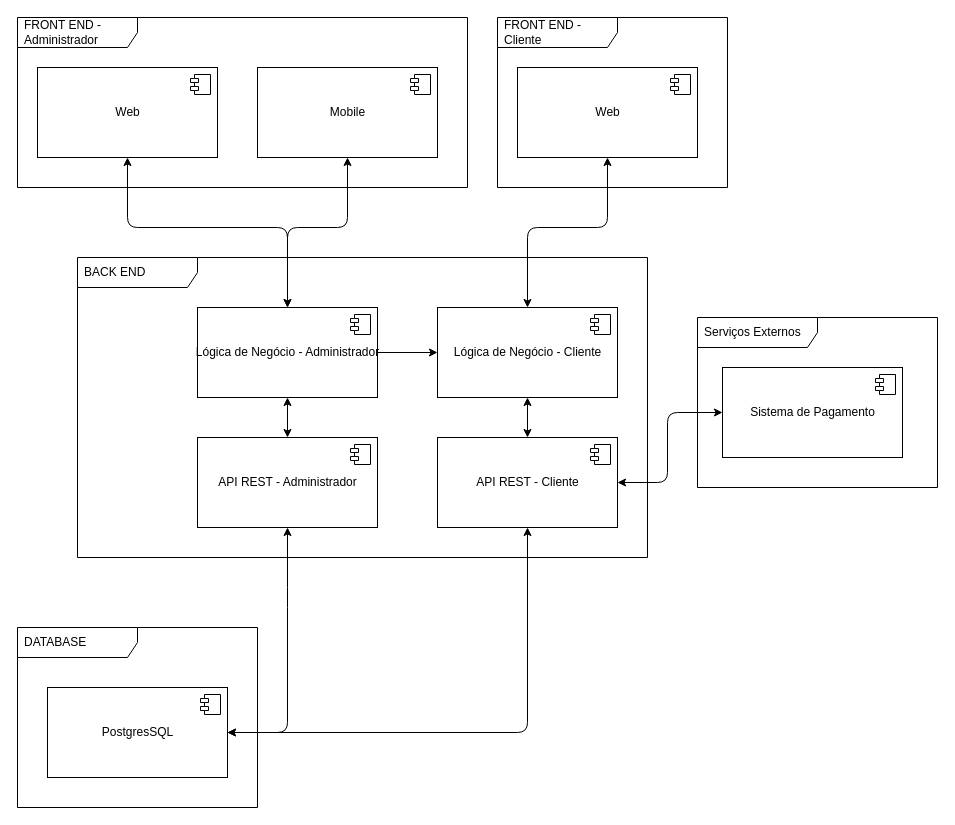
Marco-ACosta/trabalho_hotelaria keeps this draw.io diagram as diagramas/arquitetura/diagrama_arquitetura.drawio. Above is the earlier version. Source tidied: cells renumbered, new cells numbered last; positions are measured from the earlier drawing's top-left corner, leaving out a move shared by most shapes. Both pictures are drawn from the tidied source at 100%, with x=0, y=0 at pixel (17, 17).
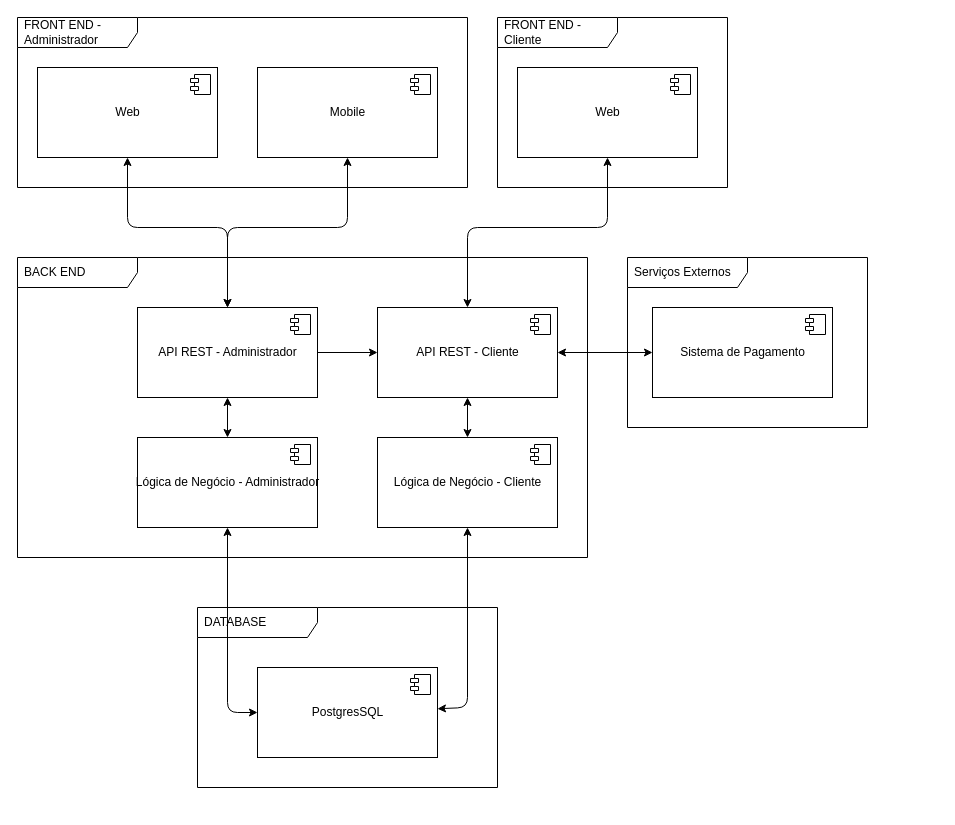
After the change.

Unchanged cells that the change refers to:
```xml
<mxCell id="8" value="Web" style="html=1;" parent="1" vertex="1">
  <mxGeometry x="20" y="50" width="180" height="90" as="geometry" />
</mxCell>
<mxCell id="11" value="Mobile" style="html=1;" parent="1" vertex="1">
  <mxGeometry x="240" y="50" width="180" height="90" as="geometry" />
</mxCell>
<mxCell id="14" value="Web" style="html=1;" parent="1" vertex="1">
  <mxGeometry x="500" y="50" width="180" height="90" as="geometry" />
</mxCell>
```

What changed in the source:
```diff
@@
     <mxCell id="2" value="DATABASE" style="shape=umlFrame;whiteSpace=wrap;html=1;width=120;height=30;boundedLbl=1;verticalAlign=middle;align=left;spacingLeft=5;" parent="1" vertex="1">
-      <mxGeometry y="610" width="240" height="180" as="geometry" />
+      <mxGeometry x="180" y="590" width="300" height="180" as="geometry" />
     </mxCell>
     <mxCell id="3" value="PostgresSQL" style="html=1;" parent="1" vertex="1">
-      <mxGeometry x="30" y="670" width="180" height="90" as="geometry" />
+      <mxGeometry x="240" y="650" width="180" height="90" as="geometry" />
     </mxCell>
@@
     <mxCell id="7" style="edgeStyle=none;html=1;entryX=0.5;entryY=0;entryDx=0;entryDy=0;startArrow=classic;startFill=1;" parent="1" edge="1" source="8" target="26">
       <mxGeometry relative="1" as="geometry">
         <Array as="points">
           <mxPoint x="110" y="210" />
-          <mxPoint x="270" y="210" />
+          <mxPoint x="210" y="210" />
         </Array>
       </mxGeometry>
     </mxCell>
@@
     <mxCell id="10" style="edgeStyle=none;html=1;entryX=0.5;entryY=0;entryDx=0;entryDy=0;startArrow=classic;startFill=1;" parent="1" edge="1" source="11" target="26">
       <mxGeometry relative="1" as="geometry">
         <Array as="points">
           <mxPoint x="330" y="210" />
-          <mxPoint x="270" y="210" />
+          <mxPoint x="210" y="210" />
         </Array>
       </mxGeometry>
     </mxCell>
@@
     <mxCell id="13" style="edgeStyle=none;html=1;entryX=0.5;entryY=0;entryDx=0;entryDy=0;startArrow=classic;startFill=1;" parent="1" edge="1" source="14" target="29">
       <mxGeometry relative="1" as="geometry">
         <Array as="points">
           <mxPoint x="590" y="210" />
-          <mxPoint x="510" y="210" />
+          <mxPoint x="450" y="210" />
         </Array>
       </mxGeometry>
     </mxCell>
@@
     <mxCell id="16" value="BACK END" style="shape=umlFrame;whiteSpace=wrap;html=1;width=120;height=30;boundedLbl=1;verticalAlign=middle;align=left;spacingLeft=5;" parent="1" vertex="1">
-      <mxGeometry x="60" y="240" width="570" height="300" as="geometry" />
+      <mxGeometry y="240" width="570" height="300" as="geometry" />
     </mxCell>
-    <mxCell id="17" style="edgeStyle=none;html=1;entryX=1;entryY=0.5;entryDx=0;entryDy=0;startArrow=classic;startFill=1;" parent="1" edge="1" source="18" target="3">
+    <mxCell id="17" style="edgeStyle=none;html=1;startArrow=classic;startFill=1;" parent="1" edge="1" source="18" target="3">
       <mxGeometry relative="1" as="geometry">
         <Array as="points">
-          <mxPoint x="270" y="580" />
-          <mxPoint x="270" y="715" />
+          <mxPoint x="210" y="695" />
         </Array>
       </mxGeometry>
     </mxCell>
-    <mxCell id="18" value="API REST - Administrador" style="html=1;" parent="1" vertex="1">
-      <mxGeometry x="180" y="420" width="180" height="90" as="geometry" />
+    <mxCell id="18" value="Lógica de Negócio - Administrador" style="html=1;" parent="1" vertex="1">
+      <mxGeometry x="120" y="420" width="180" height="90" as="geometry" />
     </mxCell>
@@
-    <mxCell id="20" style="edgeStyle=none;html=1;entryX=0;entryY=0.5;entryDx=0;entryDy=0;startArrow=classic;startFill=1;exitX=1;exitY=0.5;exitDx=0;exitDy=0;" parent="1" edge="1" source="22" target="32">
-      <mxGeometry relative="1" as="geometry">
-        <Array as="points">
-          <mxPoint x="650" y="465" />
-          <mxPoint x="650" y="395" />
-        </Array>
-      </mxGeometry>
-    </mxCell>
-    <mxCell id="21" style="edgeStyle=none;html=1;entryX=1;entryY=0.5;entryDx=0;entryDy=0;startArrow=classic;startFill=1;" parent="1" edge="1" source="22" target="3">
+    <mxCell id="21" style="edgeStyle=none;html=1;startArrow=classic;startFill=1;" parent="1" edge="1" source="22" target="3">
       <mxGeometry relative="1" as="geometry">
         <Array as="points">
-          <mxPoint x="510" y="715" />
+          <mxPoint x="450" y="690" />
         </Array>
       </mxGeometry>
     </mxCell>
-    <mxCell id="22" value="API REST - Cliente" style="html=1;" parent="1" vertex="1">
-      <mxGeometry x="420" y="420" width="180" height="90" as="geometry" />
+    <mxCell id="22" value="Lógica de Negócio - Cliente" style="html=1;" parent="1" vertex="1">
+      <mxGeometry x="360" y="420" width="180" height="90" as="geometry" />
     </mxCell>
@@
-    <mxCell id="26" value="Lógica de Negócio - Administrador" style="html=1;" parent="1" vertex="1">
-      <mxGeometry x="180" y="290" width="180" height="90" as="geometry" />
+    <mxCell id="26" value="API REST - Administrador" style="html=1;" parent="1" vertex="1">
+      <mxGeometry x="120" y="290" width="180" height="90" as="geometry" />
     </mxCell>
@@
+    <mxCell id="34" style="edgeStyle=none;html=1;startArrow=classic;startFill=1;" parent="1" edge="1" source="29" target="32">
+      <mxGeometry relative="1" as="geometry" />
+    </mxCell>
-    <mxCell id="29" value="Lógica de Negócio - Cliente" style="html=1;" parent="1" vertex="1">
-      <mxGeometry x="420" y="290" width="180" height="90" as="geometry" />
+    <mxCell id="29" value="API REST - Cliente" style="html=1;" parent="1" vertex="1">
+      <mxGeometry x="360" y="290" width="180" height="90" as="geometry" />
     </mxCell>
@@
     <mxCell id="31" value="Serviços Externos" style="shape=umlFrame;whiteSpace=wrap;html=1;width=120;height=30;boundedLbl=1;verticalAlign=middle;align=left;spacingLeft=5;" parent="1" vertex="1">
-      <mxGeometry x="680" y="300" width="240" height="170" as="geometry" />
+      <mxGeometry x="610" y="240" width="240" height="170" as="geometry" />
     </mxCell>
     <mxCell id="32" value="Sistema de Pagamento" style="html=1;" parent="1" vertex="1">
-      <mxGeometry x="705" y="350" width="180" height="90" as="geometry" />
+      <mxGeometry x="635" y="290" width="180" height="90" as="geometry" />
     </mxCell>
```
